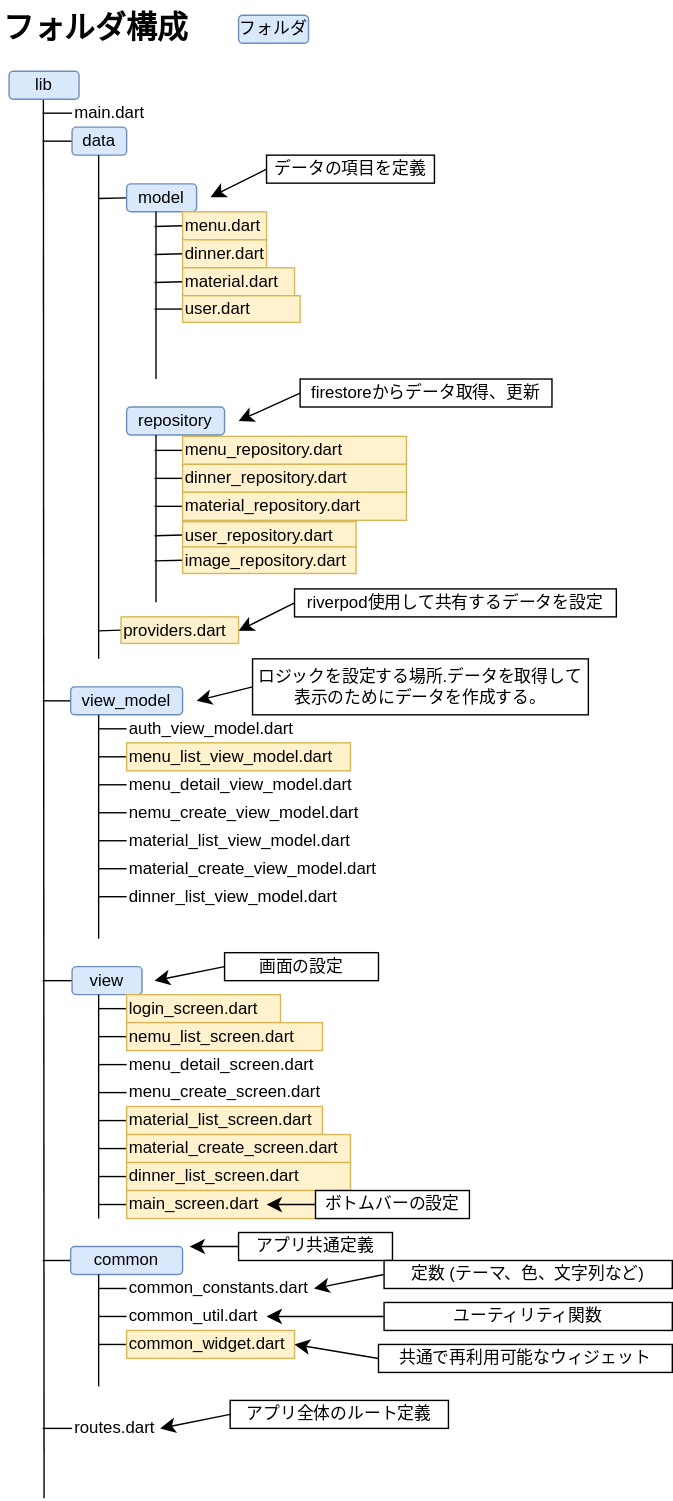
Above: フォルダ構成.drawio.svg in maki1125/menu (draw.io), before the change. Source tidied: cells renumbered, new cells last; positions are measured from the earlier drawing's top-left corner, leaving out a move shared by most shapes.
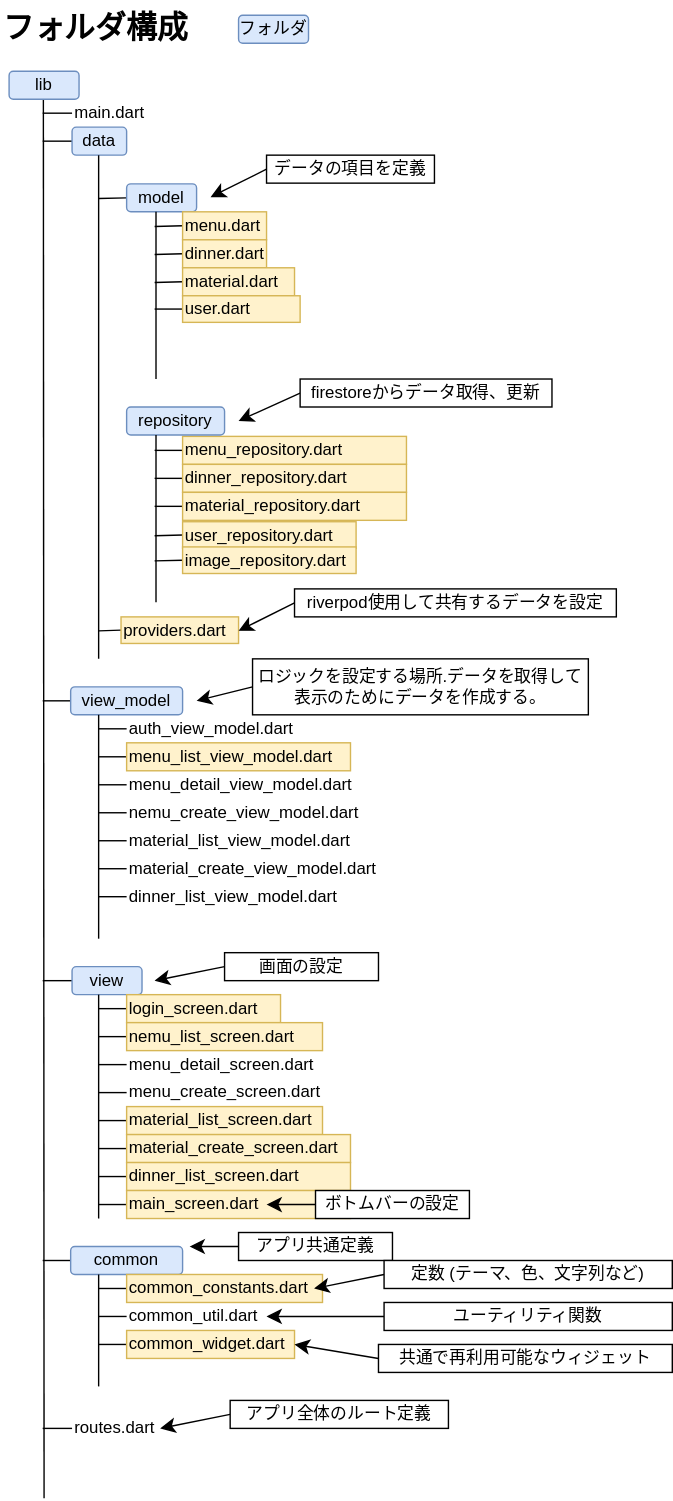
The same file after the commit.

Commit message:
フォルダ構成.drawio.svg を更新します

Diff of the diagram source:
```diff
@@ -314,8 +314,8 @@
         <mxPoint x="70" y="920" as="targetPoint" />
       </mxGeometry>
     </mxCell>
-    <mxCell id="77" value="common_constants.dart" style="text;html=1;align=left;verticalAlign=middle;whiteSpace=wrap;rounded=0;" parent="1" vertex="1">
-      <mxGeometry x="90" y="910" width="100" height="20" as="geometry" />
+    <mxCell id="77" value="common_constants.dart" style="text;html=1;align=left;verticalAlign=middle;whiteSpace=wrap;rounded=0;fillColor=#fff2cc;strokeColor=#d6b656;" parent="1" vertex="1">
+      <mxGeometry x="90" y="910" width="140" height="20" as="geometry" />
     </mxCell>
     <mxCell id="78" style="edgeStyle=none;curved=1;rounded=0;jettySize=auto;html=1;exitX=0;exitY=0.5;exitDx=0;exitDy=0;fontSize=12;startSize=8;endSize=8;endArrow=none;endFill=0;" parent="1" edge="1" source="79">
       <mxGeometry relative="1" as="geometry">
```
